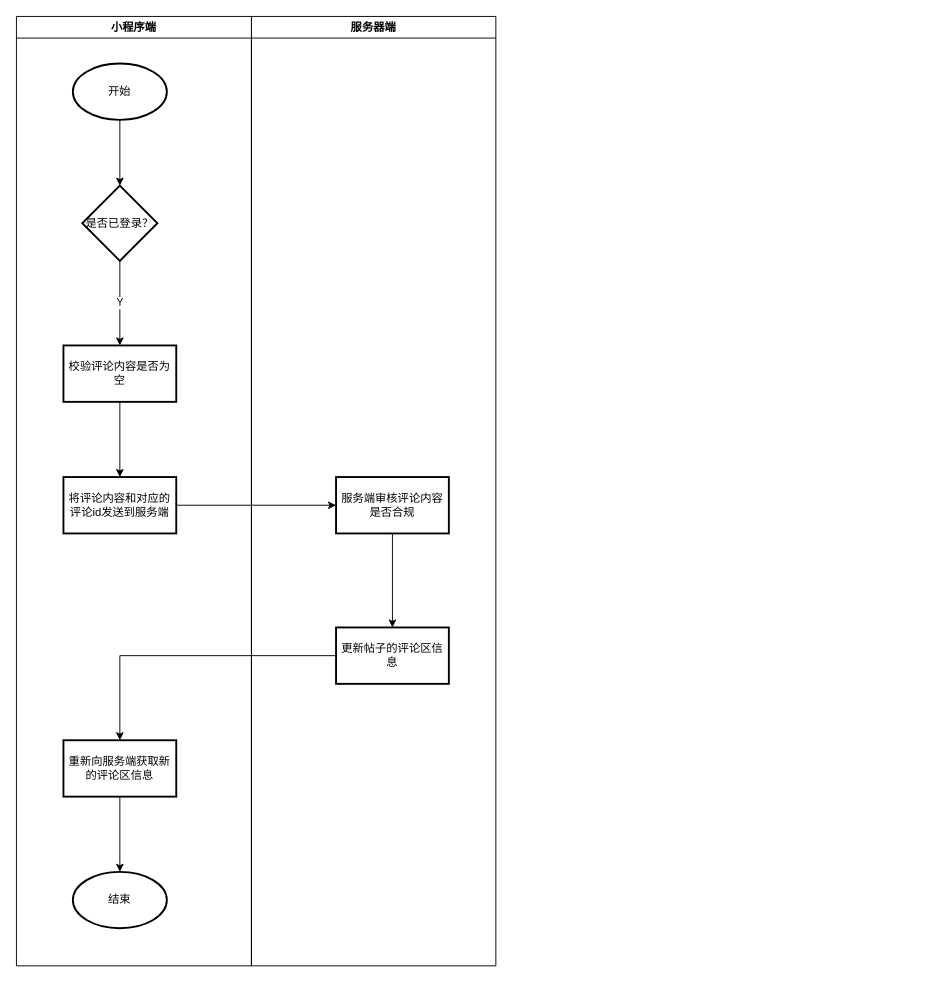
Zhou-Ru-Xuan/drawio-workplace keeps this draw.io diagram as page "发表评论" (2 of 2) of tietie/postdetail.drawio. Above is the earlier version. Source tidied: cells renumbered, new cells numbered last; positions are measured from the earlier drawing's top-left corner, leaving out a move shared by most shapes. Both pictures are drawn from the tidied source at 94%, with x=0, y=0 at pixel (16, 16).
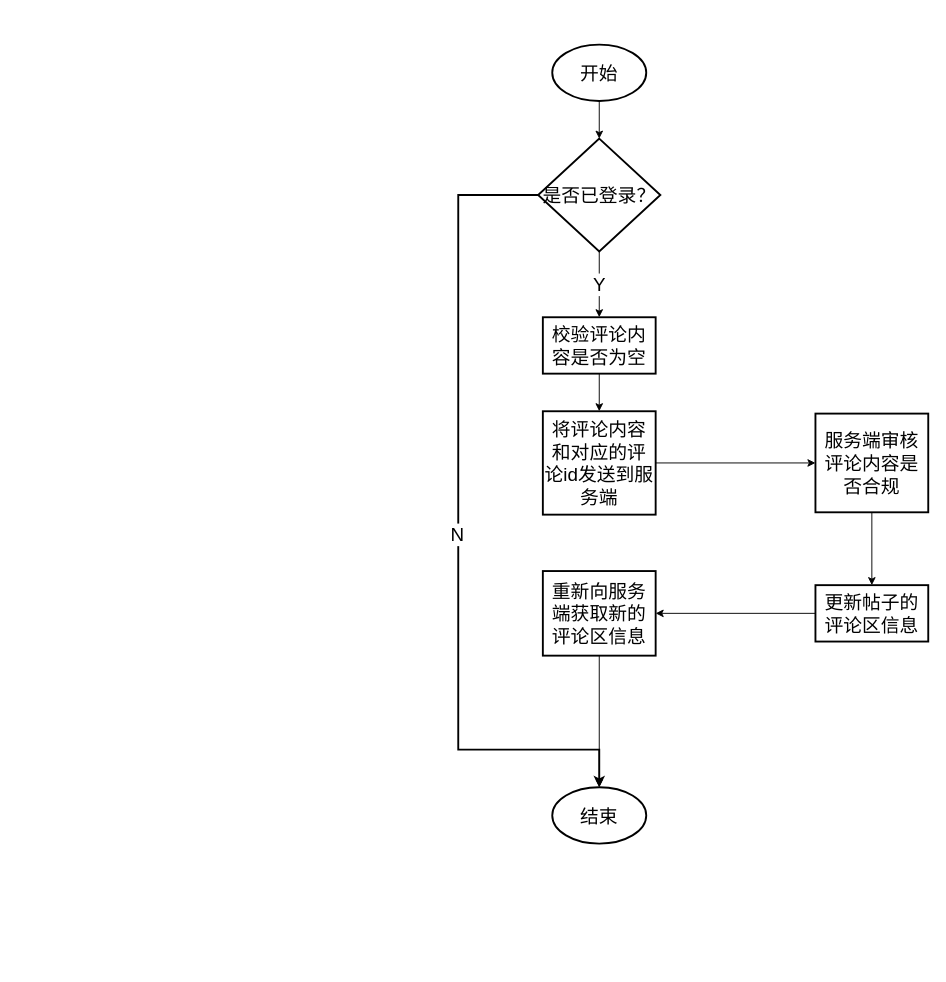
Above is the later version.

Diff of the diagram source:
```diff
@@
-    <mxCell id="2" style="edgeStyle=orthogonalEdgeStyle;rounded=0;jettySize=auto;html=1;" parent="1" edge="1" source="17" target="10">
+    <mxCell id="2" style="edgeStyle=orthogonalEdgeStyle;rounded=0;jettySize=auto;html=1;fontSize=20;fontFamily=宋体;" parent="1" edge="1" source="17" target="10">
       <mxGeometry relative="1" as="geometry" />
     </mxCell>
-    <mxCell id="3" style="edgeStyle=orthogonalEdgeStyle;rounded=0;jettySize=auto;html=1;exitX=1;exitY=0.5;exitDx=0;exitDy=0;entryX=0;entryY=0.5;entryDx=0;entryDy=0;" parent="1" edge="1" source="11" target="16">
+    <mxCell id="3" style="edgeStyle=orthogonalEdgeStyle;rounded=0;jettySize=auto;html=1;exitX=1;exitY=0.5;exitDx=0;exitDy=0;entryX=0;entryY=0.5;entryDx=0;entryDy=0;fontSize=20;fontFamily=宋体;" parent="1" edge="1" source="11" target="16">
       <mxGeometry relative="1" as="geometry" />
     </mxCell>
-    <mxCell id="4" value="小程序端" style="swimlane;" parent="1" vertex="1">
-      <mxGeometry width="250" height="1010" as="geometry" />
-    </mxCell>
-    <mxCell id="5" value="开始" style="strokeWidth=2;html=1;shape=mxgraph.flowchart.start_1;whiteSpace=wrap;" parent="4" vertex="1">
-      <mxGeometry x="60" y="50" width="100" height="60" as="geometry" />
+    <mxCell id="5" value="开始" style="strokeWidth=2;html=1;shape=mxgraph.flowchart.start_1;whiteSpace=wrap;fontSize=20;fontFamily=宋体;" parent="1" vertex="1">
+      <mxGeometry x="570" y="30" width="100" height="60" as="geometry" />
     </mxCell>
+    <mxCell id="19" style="edgeStyle=orthogonalEdgeStyle;rounded=0;jettySize=auto;html=1;exitX=0;exitY=0.5;exitDx=0;exitDy=0;entryX=0.5;entryY=0;entryDx=0;entryDy=0;entryPerimeter=0;fontFamily=宋体;fontSize=20;strokeWidth=2;" parent="1" edge="1" source="6" target="13">
+      <mxGeometry relative="1" as="geometry">
+        <Array as="points">
+          <mxPoint x="470" y="190" />
+          <mxPoint x="470" y="780" />
+          <mxPoint x="620" y="780" />
+        </Array>
+      </mxGeometry>
+    </mxCell>
+    <mxCell id="20" value="N" style="edgeLabel;html=1;align=center;verticalAlign=middle;fontSize=20;fontFamily=宋体;" parent="19" vertex="1">
+      <mxGeometry x="0.03" y="-2" relative="1" as="geometry" />
+    </mxCell>
-    <mxCell id="6" value="是否已登录？" style="rhombus;whiteSpace=wrap;html=1;strokeWidth=2;" parent="4" vertex="1">
-      <mxGeometry x="70" y="180" width="80" height="80" as="geometry" />
+    <mxCell id="6" value="是否已登录？" style="rhombus;whiteSpace=wrap;html=1;strokeWidth=2;fontSize=20;fontFamily=宋体;" parent="1" vertex="1">
+      <mxGeometry x="555" y="130" width="130" height="120" as="geometry" />
     </mxCell>
-    <mxCell id="7" style="edgeStyle=orthogonalEdgeStyle;rounded=0;jettySize=auto;html=1;" parent="4" edge="1" source="5" target="6">
+    <mxCell id="7" style="edgeStyle=orthogonalEdgeStyle;rounded=0;jettySize=auto;html=1;fontSize=20;fontFamily=宋体;" parent="1" edge="1" source="5" target="6">
       <mxGeometry relative="1" as="geometry" />
     </mxCell>
-    <mxCell id="8" value="校验评论内容是否为空" style="whiteSpace=wrap;html=1;strokeWidth=2;" parent="4" vertex="1">
-      <mxGeometry x="50" y="350" width="120" height="60" as="geometry" />
+    <mxCell id="8" value="校验评论内容是否为空" style="whiteSpace=wrap;html=1;strokeWidth=2;fontSize=20;fontFamily=宋体;" parent="1" vertex="1">
+      <mxGeometry x="560" y="320" width="120" height="60" as="geometry" />
     </mxCell>
-    <mxCell id="9" value="Y" style="edgeStyle=orthogonalEdgeStyle;rounded=0;jettySize=auto;html=1;" parent="4" edge="1" source="6" target="8">
+    <mxCell id="9" value="Y" style="edgeStyle=orthogonalEdgeStyle;rounded=0;jettySize=auto;html=1;fontSize=20;fontFamily=宋体;" parent="1" edge="1" source="6" target="8">
       <mxGeometry relative="1" as="geometry" />
     </mxCell>
-    <mxCell id="10" value="重新向服务端获取新的评论区信息" style="whiteSpace=wrap;html=1;strokeWidth=2;" parent="4" vertex="1">
-      <mxGeometry x="50" y="770" width="120" height="60" as="geometry" />
+    <mxCell id="10" value="重新向服务端获取新的评论区信息" style="whiteSpace=wrap;html=1;strokeWidth=2;fontSize=20;fontFamily=宋体;" parent="1" vertex="1">
+      <mxGeometry x="560" y="590" width="120" height="90" as="geometry" />
     </mxCell>
-    <mxCell id="11" value="将评论内容和对应的评论id发送到服务端" style="whiteSpace=wrap;html=1;strokeWidth=2;" parent="4" vertex="1">
-      <mxGeometry x="50" y="490" width="120" height="60" as="geometry" />
+    <mxCell id="11" value="将评论内容和对应的评论id发送到服务端" style="whiteSpace=wrap;html=1;strokeWidth=2;fontSize=20;fontFamily=宋体;" parent="1" vertex="1">
+      <mxGeometry x="560" y="420" width="120" height="110" as="geometry" />
     </mxCell>
-    <mxCell id="12" style="edgeStyle=orthogonalEdgeStyle;rounded=0;jettySize=auto;html=1;" parent="4" edge="1" source="8" target="11">
+    <mxCell id="12" style="edgeStyle=orthogonalEdgeStyle;rounded=0;jettySize=auto;html=1;fontSize=20;fontFamily=宋体;" parent="1" edge="1" source="8" target="11">
       <mxGeometry relative="1" as="geometry" />
     </mxCell>
-    <mxCell id="13" value="结束" style="strokeWidth=2;html=1;shape=mxgraph.flowchart.start_1;whiteSpace=wrap;" parent="4" vertex="1">
-      <mxGeometry x="60" y="910" width="100" height="60" as="geometry" />
+    <mxCell id="13" value="结束" style="strokeWidth=2;html=1;shape=mxgraph.flowchart.start_1;whiteSpace=wrap;fontSize=20;fontFamily=宋体;" parent="1" vertex="1">
+      <mxGeometry x="570" y="820" width="100" height="60" as="geometry" />
     </mxCell>
-    <mxCell id="14" style="edgeStyle=orthogonalEdgeStyle;rounded=0;jettySize=auto;html=1;exitX=0.5;exitY=1;exitDx=0;exitDy=0;entryX=0.5;entryY=0;entryDx=0;entryDy=0;entryPerimeter=0;" parent="4" edge="1" source="10" target="13">
+    <mxCell id="14" style="edgeStyle=orthogonalEdgeStyle;rounded=0;jettySize=auto;html=1;exitX=0.5;exitY=1;exitDx=0;exitDy=0;entryX=0.5;entryY=0;entryDx=0;entryDy=0;entryPerimeter=0;fontSize=20;fontFamily=宋体;" parent="1" edge="1" source="10" target="13">
       <mxGeometry relative="1" as="geometry" />
     </mxCell>
-    <mxCell id="15" value="服务器端" style="swimlane;" parent="1" vertex="1">
-      <mxGeometry x="250" width="260" height="1010" as="geometry" />
-    </mxCell>
-    <mxCell id="16" value="服务端审核评论内容是否合规" style="whiteSpace=wrap;html=1;strokeWidth=2;" parent="15" vertex="1">
-      <mxGeometry x="90" y="490" width="120" height="60" as="geometry" />
+    <mxCell id="16" value="服务端审核评论内容是否合规" style="whiteSpace=wrap;html=1;strokeWidth=2;fontSize=20;fontFamily=宋体;" parent="1" vertex="1">
+      <mxGeometry x="850" y="422.5" width="120" height="105" as="geometry" />
     </mxCell>
-    <mxCell id="17" value="更新帖子的评论区信息" style="whiteSpace=wrap;html=1;strokeWidth=2;" parent="15" vertex="1">
-      <mxGeometry x="90" y="650" width="120" height="60" as="geometry" />
+    <mxCell id="17" value="更新帖子的评论区信息" style="whiteSpace=wrap;html=1;strokeWidth=2;fontSize=20;fontFamily=宋体;" parent="1" vertex="1">
+      <mxGeometry x="850" y="605" width="120" height="60" as="geometry" />
     </mxCell>
-    <mxCell id="18" style="edgeStyle=orthogonalEdgeStyle;rounded=0;jettySize=auto;html=1;" parent="15" edge="1" source="16" target="17">
+    <mxCell id="18" style="edgeStyle=orthogonalEdgeStyle;rounded=0;jettySize=auto;html=1;fontSize=20;fontFamily=宋体;" parent="1" edge="1" source="16" target="17">
       <mxGeometry relative="1" as="geometry" />
     </mxCell>
```
